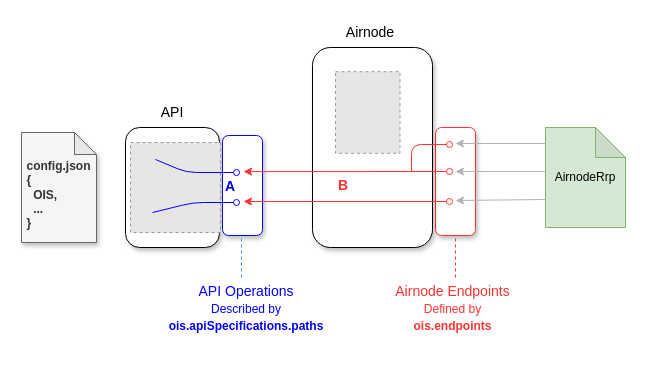
api3dao/old-api3-docs keeps this draw.io diagram as docs/ois/v1.0.0/assets/diagrams/ois-overview-extended.drawio. Above is the earlier version. Source tidied: cells renumbered, new cells numbered last; positions are measured from the earlier drawing's top-left corner, leaving out a move shared by most shapes. Both pictures are drawn from the tidied source at 100%, with x=0, y=0 at pixel (21, 17). Pictures stored in the file or linked from it are replaced by grey dashed boxes.
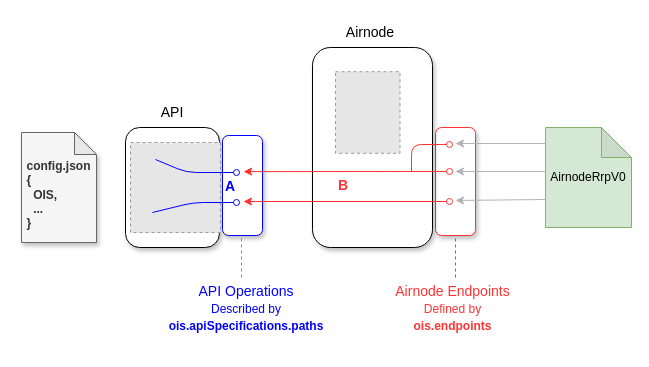
Above is the later version.

Diff of the diagram source:
```diff
@@
-    <mxCell id="10" value="AirnodeRrp" style="shape=note;whiteSpace=wrap;html=1;backgroundOutline=1;darkOpacity=0.05;fillColor=#d5e8d4;strokeColor=#82b366;rounded=1;" parent="1" vertex="1">
-      <mxGeometry x="524" y="110" width="80" height="100" as="geometry" />
+    <mxCell id="10" value="AirnodeRrpV0" style="shape=note;whiteSpace=wrap;html=1;backgroundOutline=1;darkOpacity=0.05;fillColor=#d5e8d4;strokeColor=#82b366;rounded=1;" parent="1" vertex="1">
+      <mxGeometry x="524" y="110" width="86" height="100" as="geometry" />
     </mxCell>
```
